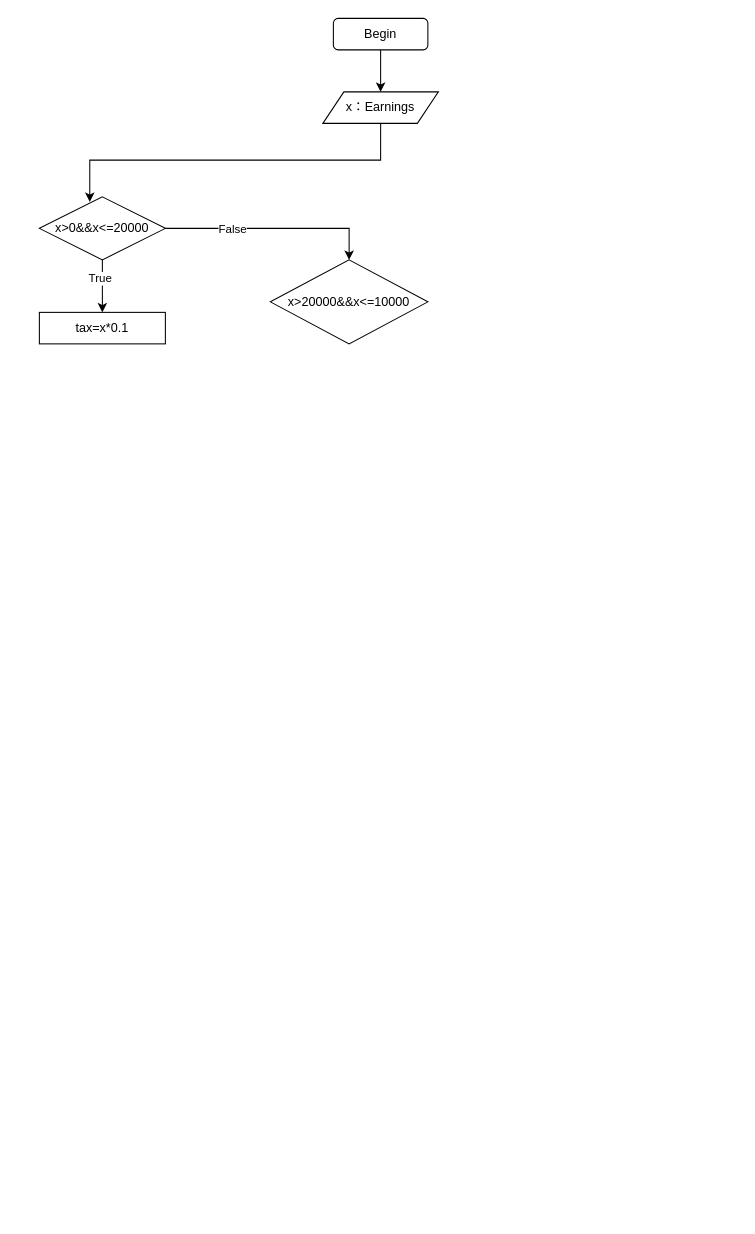
meetweb/web.github.io keeps this draw.io diagram as Untitled Diagram.drawio. Above is the earlier version. Source tidied: cells renumbered, new cells numbered last; positions are measured from the earlier drawing's top-left corner, leaving out a move shared by most shapes. Both pictures are drawn from the tidied source at 105%, with x=0, y=0 at pixel (39, 18).
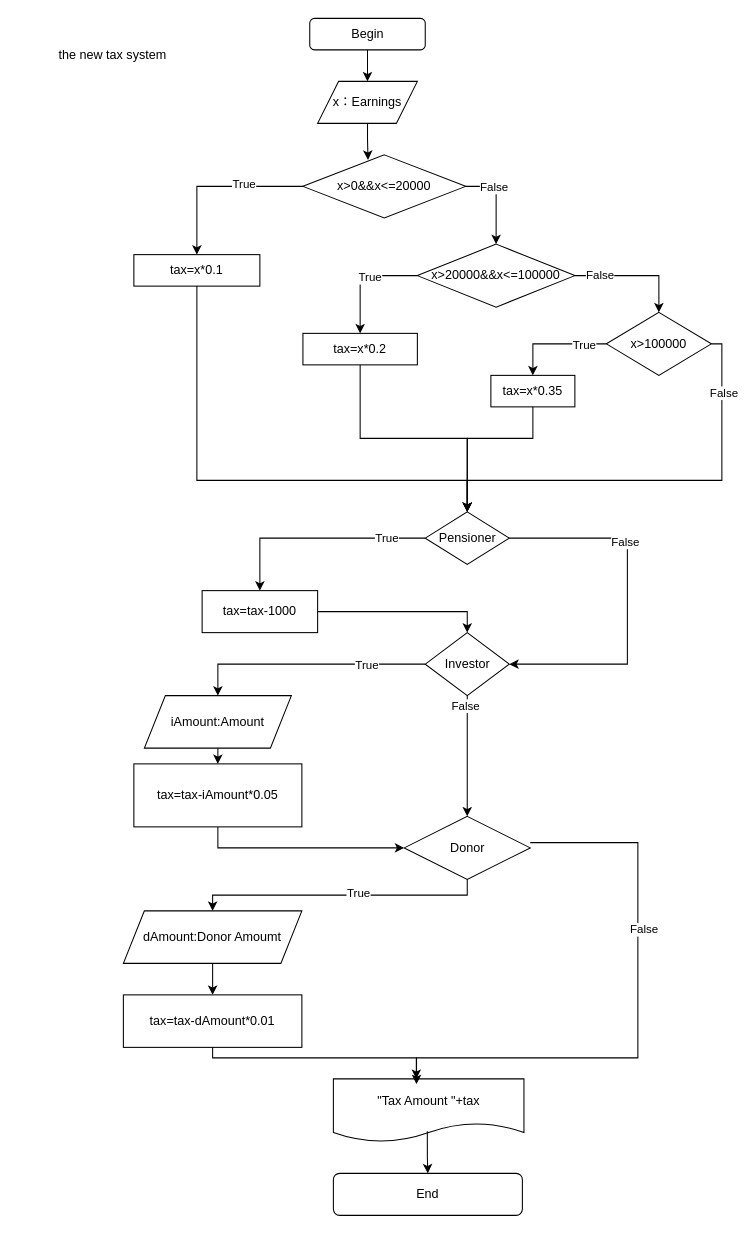
Above is the later version.

Diff of the diagram source:
```diff
@@
     <mxCell id="2" value="Begin" style="rounded=1;whiteSpace=wrap;html=1;" parent="1" vertex="1">
-      <mxGeometry x="280" width="90" height="30" as="geometry" />
+      <mxGeometry x="257.5" width="110" height="30" as="geometry" />
     </mxCell>
     <mxCell id="3" value="x：Earnings" style="shape=parallelogram;perimeter=parallelogramPerimeter;whiteSpace=wrap;html=1;fixedSize=1;" parent="1" vertex="1">
-      <mxGeometry x="270" y="70" width="110" height="30" as="geometry" />
+      <mxGeometry x="265" y="60" width="95" height="40" as="geometry" />
     </mxCell>
     <mxCell id="4" value="x&amp;gt;0&amp;amp;&amp;amp;x&amp;lt;=20000" style="rhombus;whiteSpace=wrap;html=1;" parent="1" vertex="1">
-      <mxGeometry y="170" width="120" height="60" as="geometry" />
+      <mxGeometry x="251" y="130" width="155" height="60" as="geometry" />
     </mxCell>
@@
     <mxCell id="6" value="tax=x*0.1" style="rounded=0;whiteSpace=wrap;html=1;" parent="1" vertex="1">
-      <mxGeometry y="280" width="120" height="30" as="geometry" />
+      <mxGeometry x="90" y="225" width="120" height="30" as="geometry" />
     </mxCell>
@@
-    <mxCell id="8" style="endArrow=classic;html=1;rounded=0;edgeStyle=orthogonalEdgeStyle;exitX=0.5;exitY=1;exitDx=0;exitDy=0;entryX=0.5;entryY=0;entryDx=0;entryDy=0;" parent="1" edge="1" source="4" target="6">
+    <mxCell id="8" style="endArrow=classic;html=1;rounded=0;edgeStyle=orthogonalEdgeStyle;exitX=0;exitY=0.5;exitDx=0;exitDy=0;entryX=0.5;entryY=0;entryDx=0;entryDy=0;" parent="1" edge="1" source="4" target="6">
       <mxGeometry relative="1" as="geometry" />
     </mxCell>
@@
-    <mxCell id="10" value="x&amp;gt;20000&amp;amp;&amp;amp;x&amp;lt;=10000" style="rhombus;whiteSpace=wrap;html=1;" parent="1" vertex="1">
-      <mxGeometry x="220" y="230" width="150" height="80" as="geometry" />
+    <mxCell id="10" value="x&amp;gt;20000&amp;amp;&amp;amp;x&amp;lt;=100000" style="rhombus;whiteSpace=wrap;html=1;" parent="1" vertex="1">
+      <mxGeometry x="360" y="215" width="150" height="60" as="geometry" />
     </mxCell>
@@
+    <mxCell id="13" style="edgeStyle=orthogonalEdgeStyle;rounded=0;jettySize=auto;html=1;exitX=0.5;exitY=1;exitDx=0;exitDy=0;entryX=0.5;entryY=0;entryDx=0;entryDy=0;" parent="1" edge="1" source="14" target="23">
+      <mxGeometry relative="1" as="geometry" />
+    </mxCell>
+    <mxCell id="14" value="tax=x*0.2" style="rounded=0;whiteSpace=wrap;html=1;" parent="1" vertex="1">
+      <mxGeometry x="251" y="300" width="109" height="30" as="geometry" />
+    </mxCell>
+    <mxCell id="15" style="endArrow=classic;html=1;rounded=0;edgeStyle=orthogonalEdgeStyle;exitX=0;exitY=0.5;exitDx=0;exitDy=0;entryX=0.5;entryY=0;entryDx=0;entryDy=0;" parent="1" edge="1" source="10" target="14">
+      <mxGeometry relative="1" as="geometry" />
+    </mxCell>
+    <mxCell id="16" value="True" style="edgeLabel;html=1;align=center;verticalAlign=middle;" parent="15" vertex="1">
+      <mxGeometry x="-0.16" relative="1" as="geometry">
+        <mxPoint y="1" as="offset" />
+      </mxGeometry>
+    </mxCell>
+    <mxCell id="17" value="x&amp;gt;100000" style="rhombus;whiteSpace=wrap;html=1;" parent="1" vertex="1">
+      <mxGeometry x="540" y="280" width="100" height="60" as="geometry" />
+    </mxCell>
+    <mxCell id="18" style="endArrow=classic;html=1;rounded=0;edgeStyle=orthogonalEdgeStyle;exitX=1;exitY=0.5;exitDx=0;exitDy=0;entryX=0.5;entryY=0;entryDx=0;entryDy=0;" parent="1" edge="1" source="10" target="17">
+      <mxGeometry relative="1" as="geometry" />
+    </mxCell>
+    <mxCell id="19" value="False" style="edgeLabel;html=1;align=center;verticalAlign=middle;" parent="18" vertex="1">
+      <mxGeometry x="-0.6" y="1" relative="1" as="geometry" />
+    </mxCell>
+    <mxCell id="20" value="tax=x*0.35" style="rounded=0;whiteSpace=wrap;html=1;" parent="1" vertex="1">
+      <mxGeometry x="430" y="340" width="80" height="30" as="geometry" />
+    </mxCell>
+    <mxCell id="21" style="endArrow=classic;html=1;rounded=0;edgeStyle=orthogonalEdgeStyle;exitX=0;exitY=0.5;exitDx=0;exitDy=0;entryX=0.5;entryY=0;entryDx=0;entryDy=0;" parent="1" edge="1" source="17" target="20">
+      <mxGeometry relative="1" as="geometry" />
+    </mxCell>
+    <mxCell id="22" value="True" style="edgeLabel;html=1;align=center;verticalAlign=middle;" parent="21" vertex="1">
+      <mxGeometry x="-0.56" relative="1" as="geometry" />
+    </mxCell>
+    <mxCell id="23" value="Pensioner" style="rhombus;whiteSpace=wrap;html=1;" parent="1" vertex="1">
+      <mxGeometry x="367.5" y="470" width="80" height="50" as="geometry" />
+    </mxCell>
+    <mxCell id="24" style="endArrow=classic;html=1;rounded=0;edgeStyle=orthogonalEdgeStyle;exitX=0.5;exitY=1;exitDx=0;exitDy=0;entryX=0.5;entryY=0;entryDx=0;entryDy=0;" parent="1" edge="1" source="6" target="23">
+      <mxGeometry relative="1" as="geometry">
+        <Array as="points">
+          <mxPoint x="150" y="440" />
+          <mxPoint x="408" y="440" />
+        </Array>
+      </mxGeometry>
+    </mxCell>
+    <mxCell id="25" style="endArrow=classic;html=1;rounded=0;edgeStyle=orthogonalEdgeStyle;exitX=0.5;exitY=1;exitDx=0;exitDy=0;entryX=0.5;entryY=0;entryDx=0;entryDy=0;" parent="1" edge="1" source="20" target="23">
+      <mxGeometry relative="1" as="geometry">
+        <Array as="points">
+          <mxPoint x="470" y="400" />
+          <mxPoint x="408" y="400" />
+        </Array>
+      </mxGeometry>
+    </mxCell>
+    <mxCell id="26" style="endArrow=classic;html=1;rounded=0;edgeStyle=orthogonalEdgeStyle;exitX=1;exitY=0.5;exitDx=0;exitDy=0;entryX=0.5;entryY=0;entryDx=0;entryDy=0;" parent="1" edge="1" source="17" target="23">
+      <mxGeometry relative="1" as="geometry">
+        <Array as="points">
+          <mxPoint x="650" y="310" />
+          <mxPoint x="650" y="440" />
+          <mxPoint x="408" y="440" />
+        </Array>
+      </mxGeometry>
+    </mxCell>
+    <mxCell id="27" value="False" style="edgeLabel;html=1;align=center;verticalAlign=middle;" parent="26" vertex="1">
+      <mxGeometry x="-0.73" y="1" relative="1" as="geometry" />
+    </mxCell>
+    <mxCell id="28" value="the new tax system" style="text;html=1;strokeColor=none;fillColor=none;align=center;verticalAlign=middle;whiteSpace=wrap;rounded=0;" parent="1" vertex="1">
+      <mxGeometry x="-20" y="20" width="180" height="30" as="geometry" />
+    </mxCell>
+    <mxCell id="29" value="tax=tax-1000&lt;br&gt;" style="rounded=0;whiteSpace=wrap;html=1;" parent="1" vertex="1">
+      <mxGeometry x="155" y="545" width="110" height="40" as="geometry" />
+    </mxCell>
+    <mxCell id="30" style="endArrow=classic;html=1;rounded=0;edgeStyle=orthogonalEdgeStyle;exitX=0;exitY=0.5;exitDx=0;exitDy=0;" parent="1" edge="1" source="23" target="29">
+      <mxGeometry relative="1" as="geometry" />
+    </mxCell>
+    <mxCell id="31" value="True" style="edgeLabel;html=1;align=center;verticalAlign=middle;" parent="30" vertex="1">
+      <mxGeometry x="-0.63" y="-1" relative="1" as="geometry">
+        <mxPoint x="1" as="offset" />
+      </mxGeometry>
+    </mxCell>
+    <mxCell id="32" value="Investor" style="rhombus;whiteSpace=wrap;html=1;" parent="1" vertex="1">
+      <mxGeometry x="367.5" y="585" width="80" height="60" as="geometry" />
+    </mxCell>
+    <mxCell id="33" style="endArrow=classic;html=1;rounded=0;edgeStyle=orthogonalEdgeStyle;exitX=1;exitY=0.5;exitDx=0;exitDy=0;entryX=1;entryY=0.5;entryDx=0;entryDy=0;" parent="1" edge="1" source="23" target="32">
+      <mxGeometry relative="1" as="geometry">
+        <Array as="points">
+          <mxPoint x="560" y="495" />
+          <mxPoint x="560" y="615" />
+        </Array>
+      </mxGeometry>
+    </mxCell>
+    <mxCell id="34" value="False" style="edgeLabel;html=1;align=center;verticalAlign=middle;" parent="33" vertex="1">
+      <mxGeometry x="-0.33" y="-3" relative="1" as="geometry" />
+    </mxCell>
+    <mxCell id="35" value="iAmount:Amount" style="shape=parallelogram;perimeter=parallelogramPerimeter;whiteSpace=wrap;html=1;fixedSize=1;" parent="1" vertex="1">
+      <mxGeometry x="100" y="645" width="140" height="50" as="geometry" />
+    </mxCell>
+    <mxCell id="36" style="endArrow=classic;html=1;rounded=0;edgeStyle=orthogonalEdgeStyle;exitX=0;exitY=0.5;exitDx=0;exitDy=0;entryX=0.5;entryY=0;entryDx=0;entryDy=0;" parent="1" edge="1" source="32" target="35">
+      <mxGeometry relative="1" as="geometry">
+        <Array as="points">
+          <mxPoint x="170" y="615" />
+        </Array>
+      </mxGeometry>
+    </mxCell>
+    <mxCell id="37" value="True" style="edgeLabel;html=1;align=center;verticalAlign=middle;" parent="36" vertex="1">
+      <mxGeometry x="-0.5" relative="1" as="geometry">
+        <mxPoint x="1" as="offset" />
+      </mxGeometry>
+    </mxCell>
+    <mxCell id="38" value="tax=tax-iAmount*0.05" style="rounded=0;whiteSpace=wrap;html=1;" parent="1" vertex="1">
+      <mxGeometry x="90" y="710" width="160" height="60" as="geometry" />
+    </mxCell>
+    <mxCell id="39" style="endArrow=classic;html=1;rounded=0;edgeStyle=orthogonalEdgeStyle;exitX=0.5;exitY=1;exitDx=0;exitDy=0;" parent="1" edge="1" source="35" target="38">
+      <mxGeometry relative="1" as="geometry" />
+    </mxCell>
+    <mxCell id="40" value="Donor" style="rhombus;whiteSpace=wrap;html=1;" parent="1" vertex="1">
+      <mxGeometry x="347.5" y="760" width="120" height="60" as="geometry" />
+    </mxCell>
+    <mxCell id="41" style="endArrow=classic;html=1;rounded=0;edgeStyle=orthogonalEdgeStyle;exitX=0.5;exitY=1;exitDx=0;exitDy=0;entryX=0.5;entryY=0;entryDx=0;entryDy=0;" parent="1" edge="1" source="32" target="40">
+      <mxGeometry relative="1" as="geometry" />
+    </mxCell>
+    <mxCell id="42" value="False" style="edgeLabel;html=1;align=center;verticalAlign=middle;" parent="41" vertex="1">
+      <mxGeometry x="-0.85" y="-2" relative="1" as="geometry" />
+    </mxCell>
+    <mxCell id="43" style="endArrow=classic;html=1;rounded=0;edgeStyle=orthogonalEdgeStyle;exitX=0.5;exitY=1;exitDx=0;exitDy=0;entryX=0;entryY=0.5;entryDx=0;entryDy=0;" parent="1" edge="1" source="38" target="40">
+      <mxGeometry relative="1" as="geometry" />
+    </mxCell>
+    <mxCell id="44" value="dAmount:Donor Amoumt" style="shape=parallelogram;perimeter=parallelogramPerimeter;whiteSpace=wrap;html=1;fixedSize=1;" parent="1" vertex="1">
+      <mxGeometry x="80" y="850" width="170" height="50" as="geometry" />
+    </mxCell>
+    <mxCell id="45" style="endArrow=classic;html=1;rounded=0;edgeStyle=orthogonalEdgeStyle;exitX=0.5;exitY=1;exitDx=0;exitDy=0;entryX=0.5;entryY=0;entryDx=0;entryDy=0;" parent="1" edge="1" source="40" target="44">
+      <mxGeometry relative="1" as="geometry" />
+    </mxCell>
+    <mxCell id="46" value="True" style="edgeLabel;html=1;align=center;verticalAlign=middle;" parent="45" vertex="1">
+      <mxGeometry x="-0.13" y="-3" relative="1" as="geometry" />
+    </mxCell>
+    <mxCell id="47" value="tax=tax-dAmount*0.01" style="rounded=0;whiteSpace=wrap;html=1;" parent="1" vertex="1">
+      <mxGeometry x="80" y="930" width="170" height="50" as="geometry" />
+    </mxCell>
+    <mxCell id="48" style="endArrow=classic;html=1;rounded=0;edgeStyle=orthogonalEdgeStyle;exitX=0.5;exitY=1;exitDx=0;exitDy=0;" parent="1" edge="1" source="44" target="47">
+      <mxGeometry relative="1" as="geometry" />
+    </mxCell>
+    <mxCell id="49" value="&quot;Tax Amount &quot;+tax" style="shape=document;whiteSpace=wrap;html=1;boundedLbl=1;" parent="1" vertex="1">
+      <mxGeometry x="280" y="1010" width="181.5" height="60" as="geometry" />
+    </mxCell>
+    <mxCell id="50" style="endArrow=classic;html=1;rounded=0;edgeStyle=orthogonalEdgeStyle;exitX=0.5;exitY=1;exitDx=0;exitDy=0;" parent="1" edge="1" source="47" target="49">
+      <mxGeometry relative="1" as="geometry">
+        <Array as="points">
+          <mxPoint x="165" y="990" />
+          <mxPoint x="359" y="990" />
+        </Array>
+      </mxGeometry>
+    </mxCell>
+    <mxCell id="51" style="endArrow=classic;html=1;rounded=0;edgeStyle=orthogonalEdgeStyle;exitX=1;exitY=0.5;exitDx=0;exitDy=0;entryX=0.5;entryY=0;entryDx=0;entryDy=0;" parent="1" edge="1">
+      <mxGeometry relative="1" as="geometry">
+        <mxPoint x="467.5" y="785" as="sourcePoint" />
+        <mxPoint x="359.2" y="1015" as="targetPoint" />
+        <Array as="points">
+          <mxPoint x="570" y="785" />
+          <mxPoint x="570" y="990" />
+          <mxPoint x="359" y="990" />
+        </Array>
+      </mxGeometry>
+    </mxCell>
+    <mxCell id="52" value="False" style="edgeLabel;html=1;align=center;verticalAlign=middle;" parent="51" vertex="1">
+      <mxGeometry x="-0.32" y="5" relative="1" as="geometry" />
+    </mxCell>
+    <mxCell id="53" value="End" style="rounded=1;whiteSpace=wrap;html=1;" parent="1" vertex="1">
+      <mxGeometry x="280" y="1100" width="180" height="40" as="geometry" />
+    </mxCell>
+    <mxCell id="54" style="endArrow=classic;html=1;rounded=0;edgeStyle=orthogonalEdgeStyle;exitX=0.493;exitY=0.833;exitDx=0;exitDy=0;exitPerimeter=0;entryX=0.5;entryY=0;entryDx=0;entryDy=0;" parent="1" edge="1" source="49" target="53">
+      <mxGeometry relative="1" as="geometry" />
+    </mxCell>
+    <mxCell id="55" style="endArrow=classic;html=1;rounded=0;edgeStyle=orthogonalEdgeStyle;entryX=0.5;entryY=0;entryDx=0;entryDy=0;exitX=1;exitY=0.5;exitDx=0;exitDy=0;" parent="1" edge="1" source="29" target="32">
+      <mxGeometry relative="1" as="geometry" />
+    </mxCell>
```
